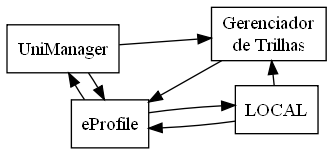
Earlier version of the Graphviz export academia/dissertacao/graficos/modelo_cenario1.png (andrenho/andrenho). Its source is kept beside it as academia/dissertacao/graficos/modelo_cenario1.dot.
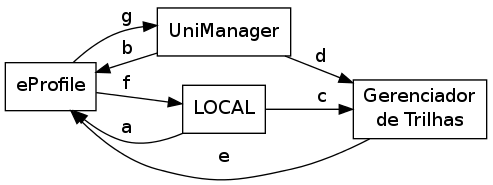
After the change.

Change to the diagram source:
```diff
@@ -1,6 +1,5 @@
 digraph modelo2 {
 
-  layout = fdp;
   sep = 0.4;
   node [shape=rectangle];
 
@@ -9,13 +8,13 @@
   LOCAL;
   trail [label="Gerenciador\nde Trilhas"];
 
-  LOCAL -> trail;
-  UniManager -> trail;
-  LOCAL -> eProfile;
-  eProfile -> LOCAL;
-  UniManager -> eProfile;
-  eProfile -> UniManager;
-  trail -> eProfile;
+  LOCAL -> eProfile [label="a"];
+  UniManager -> eProfile [label="b"];
+  LOCAL -> trail [label="c"];
+  UniManager -> trail [label="d"];
+  trail -> eProfile [label="e"];
+  eProfile -> LOCAL [label="f"];
+  eProfile -> UniManager [label="g"];
 
   fontsize = 12;
   fontname = "Georgia";
```
